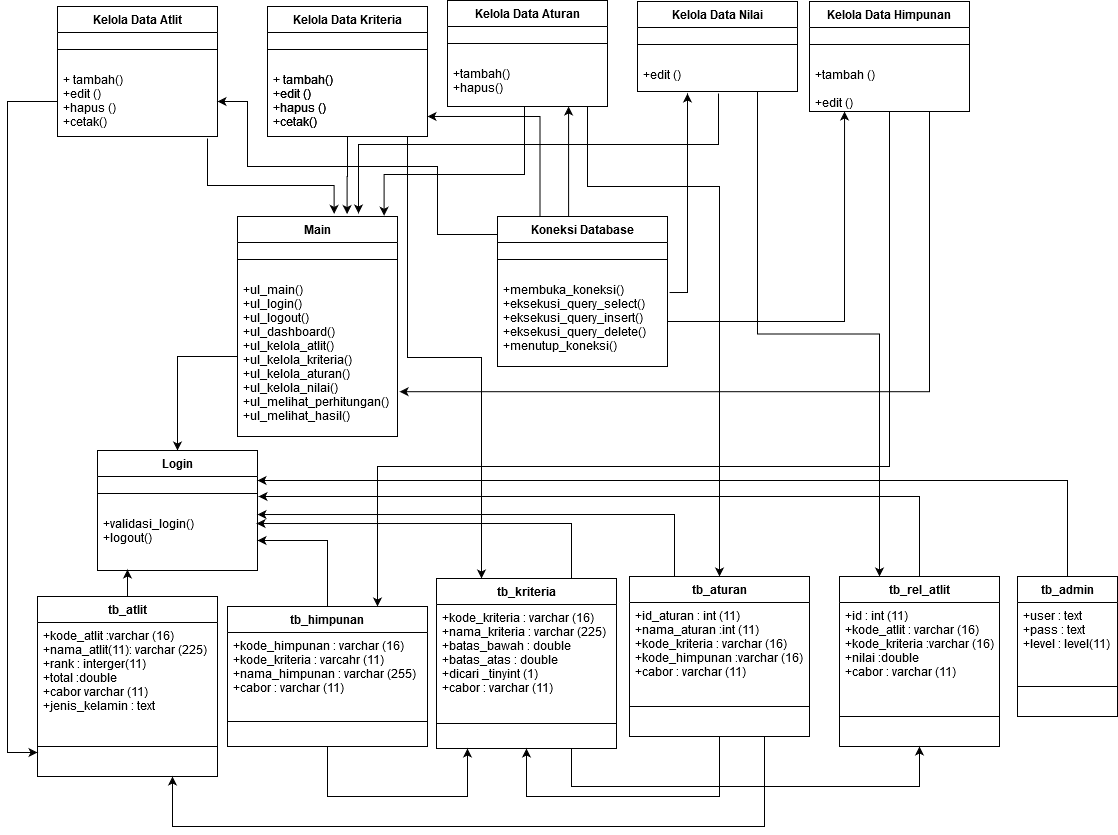
This is Untitled Diagram.png from NuriCandrawati/nuri-resolusi, a draw.io export, as it was before one commit. Source tidied: cells renumbered, new cells last; positions are measured from the earlier drawing's top-left corner, leaving out a move shared by most shapes.
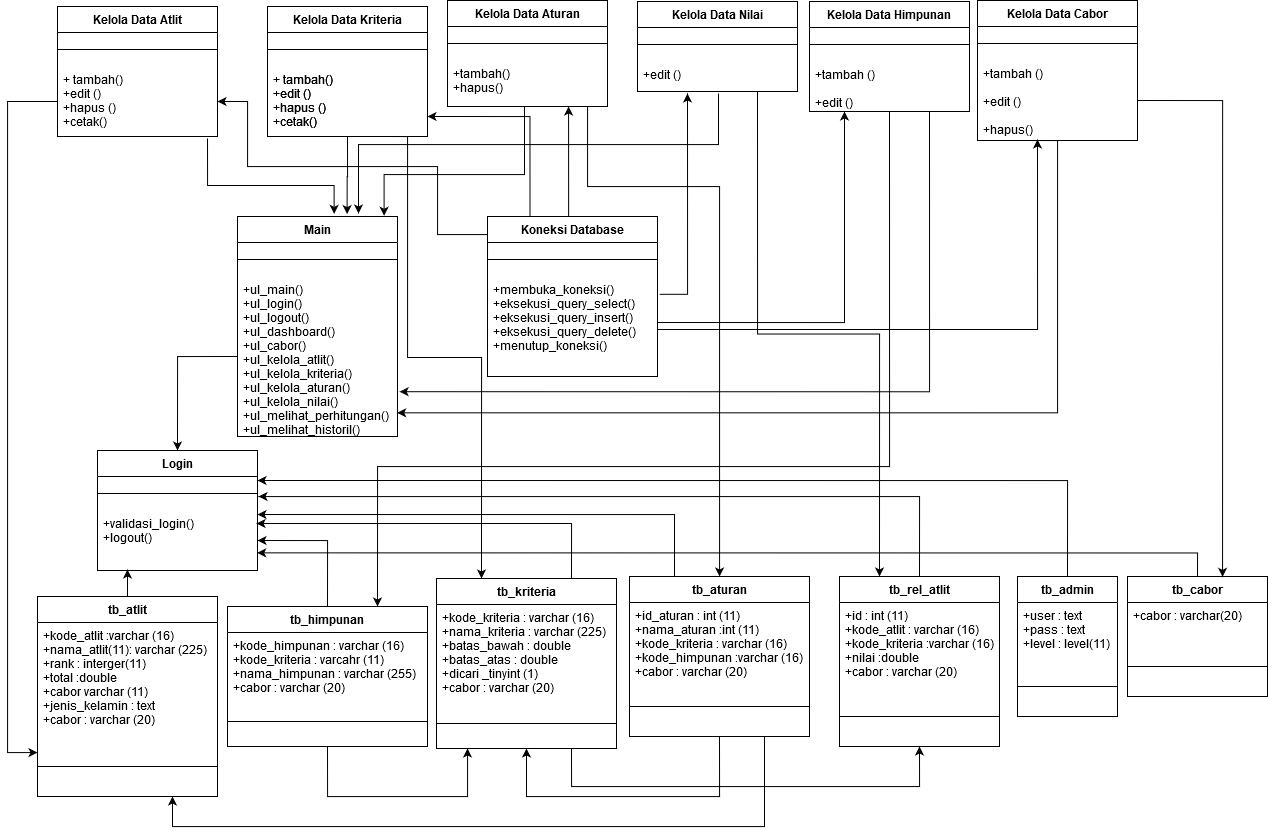
After the commit.

Change to the diagram source:
```diff
@@ -79,7 +79,7 @@
     <mxCell id="18" style="line;strokeWidth=1;fillColor=none;align=left;verticalAlign=middle;spacingTop=-1;spacingLeft=3;spacingRight=3;labelPosition=right;" parent="17" vertex="1">
       <mxGeometry y="26" width="160" height="34" as="geometry" />
     </mxCell>
-    <mxCell id="19" value="+ul_main()&#10;+ul_login()&#10;+ul_logout()&#10;+ul_dashboard()&#10;+ul_kelola_atlit()&#10;+ul_kelola_kriteria()&#10;+ul_kelola_aturan()&#10;+ul_kelola_nilai()&#10;+ul_melihat_perhitungan()&#10;+ul_melihat_hasil()&#10;" style="text;strokeColor=none;fillColor=none;align=left;verticalAlign=top;spacingLeft=4;spacingRight=4;overflow=hidden;points=[[0,0.5],[1,0.5]];portConstraint=eastwest;" parent="17" vertex="1">
+    <mxCell id="19" value="+ul_main()&#10;+ul_login()&#10;+ul_logout()&#10;+ul_dashboard()&#10;+ul_cabor()&#10;+ul_kelola_atlit()&#10;+ul_kelola_kriteria()&#10;+ul_kelola_aturan()&#10;+ul_kelola_nilai()&#10;+ul_melihat_perhitungan()&#10;+ul_melihat_historil()&#10;" style="text;strokeColor=none;fillColor=none;align=left;verticalAlign=top;spacingLeft=4;spacingRight=4;overflow=hidden;points=[[0,0.5],[1,0.5]];portConstraint=eastwest;" parent="17" vertex="1">
       <mxGeometry y="60" width="160" height="160" as="geometry" />
     </mxCell>
     <mxCell id="20" style="edgeStyle=orthogonalEdgeStyle;rounded=0;jettySize=auto;html=1;exitX=0;exitY=0.5;exitDx=0;exitDy=0;entryX=0.5;entryY=0;entryDx=0;entryDy=0;" parent="1" edge="1" source="19" target="46">
@@ -158,10 +158,27 @@
         </Array>
       </mxGeometry>
     </mxCell>
+    <mxCell id="73" style="edgeStyle=orthogonalEdgeStyle;rounded=0;jettySize=auto;html=1;exitX=0.25;exitY=1;exitDx=0;exitDy=0;entryX=0.998;entryY=0.852;entryDx=0;entryDy=0;entryPerimeter=0;" parent="1" edge="1" source="74" target="19">
+      <mxGeometry relative="1" as="geometry">
+        <Array as="points">
+          <mxPoint x="1050" y="140" />
+          <mxPoint x="1050" y="412" />
+        </Array>
+      </mxGeometry>
+    </mxCell>
+    <mxCell id="74" value="Kelola Data Cabor" style="swimlane;fontStyle=1;align=center;verticalAlign=top;horizontal=1;startSize=26;" parent="1" vertex="1">
+      <mxGeometry x="970" width="160" height="140" as="geometry" />
+    </mxCell>
+    <mxCell id="75" style="line;strokeWidth=1;fillColor=none;align=left;verticalAlign=middle;spacingTop=-1;spacingLeft=3;spacingRight=3;labelPosition=right;" parent="74" vertex="1">
+      <mxGeometry y="26" width="160" height="34" as="geometry" />
+    </mxCell>
+    <mxCell id="76" value="+tambah ()&#10;&#10;+edit () &#10;&#10;+hapus()&#10;" style="text;strokeColor=none;fillColor=none;align=left;verticalAlign=top;spacingLeft=4;spacingRight=4;overflow=hidden;points=[[0,0.5],[1,0.5]];portConstraint=eastwest;" parent="74" vertex="1">
+      <mxGeometry y="60" width="160" height="80" as="geometry" />
+    </mxCell>
     <mxCell id="34" value="tb_aturan" style="swimlane;fontStyle=1;align=center;verticalAlign=top;horizontal=1;startSize=26;" parent="1" vertex="1">
       <mxGeometry x="622" y="576" width="180" height="160" as="geometry" />
     </mxCell>
-    <mxCell id="35" value="+id_aturan : int (11)&#10;+nama_aturan :int (11)&#10;+kode_kriteria : varchar (16)&#10;+kode_himpunan :varchar (16)&#10;+cabor : varchar (11)&#10;&#10;&#10;" style="text;strokeColor=none;fillColor=none;align=left;verticalAlign=top;spacingLeft=4;spacingRight=4;overflow=hidden;" parent="34" vertex="1">
+    <mxCell id="35" value="+id_aturan : int (11)&#10;+nama_aturan :int (11)&#10;+kode_kriteria : varchar (16)&#10;+kode_himpunan :varchar (16)&#10;+cabor : varchar (20)&#10;&#10;&#10;" style="text;strokeColor=none;fillColor=none;align=left;verticalAlign=top;spacingLeft=4;spacingRight=4;overflow=hidden;" parent="34" vertex="1">
       <mxGeometry y="26" width="180" height="74" as="geometry" />
     </mxCell>
     <mxCell id="36" style="line;strokeWidth=1;fillColor=none;align=left;verticalAlign=middle;spacingTop=-1;spacingLeft=3;spacingRight=3;labelPosition=right;" parent="34" vertex="1">
@@ -179,7 +196,7 @@
     <mxCell id="38" value="tb_rel_atlit" style="swimlane;fontStyle=1;align=center;verticalAlign=top;horizontal=1;startSize=26;" parent="1" vertex="1">
       <mxGeometry x="832" y="576" width="160" height="170" as="geometry" />
     </mxCell>
-    <mxCell id="39" value="+id : int (11)&#10;+kode_atlit : varchar (16)&#10;+kode_kriteria :varchar (16)&#10;+nilai :double&#10;+cabor : varchar (11)&#10;&#10;" style="text;strokeColor=none;fillColor=none;align=left;verticalAlign=top;spacingLeft=4;spacingRight=4;overflow=hidden;" parent="38" vertex="1">
+    <mxCell id="39" value="+id : int (11)&#10;+kode_atlit : varchar (16)&#10;+kode_kriteria :varchar (16)&#10;+nilai :double&#10;+cabor : varchar (20)&#10;&#10;" style="text;strokeColor=none;fillColor=none;align=left;verticalAlign=top;spacingLeft=4;spacingRight=4;overflow=hidden;" parent="38" vertex="1">
       <mxGeometry y="26" width="160" height="84" as="geometry" />
     </mxCell>
     <mxCell id="40" style="line;strokeWidth=1;fillColor=none;align=left;verticalAlign=middle;spacingTop=-1;spacingLeft=3;spacingRight=3;labelPosition=right;" parent="38" vertex="1">
@@ -199,7 +216,7 @@
     <mxCell id="43" value="tb_kriteria" style="swimlane;fontStyle=1;align=center;verticalAlign=top;horizontal=1;startSize=26;" parent="1" vertex="1">
       <mxGeometry x="429" y="578" width="180" height="170" as="geometry" />
     </mxCell>
-    <mxCell id="44" value="+kode_kriteria : varchar (16)&#10;+nama_kriteria : varchar (225)&#10;+batas_bawah : double&#10;+batas_atas : double&#10;+dicari _tinyint (1)&#10;+cabor : varchar (11)&#10;&#10;&#10;" style="text;strokeColor=none;fillColor=none;align=left;verticalAlign=top;spacingLeft=4;spacingRight=4;overflow=hidden;" parent="43" vertex="1">
+    <mxCell id="44" value="+kode_kriteria : varchar (16)&#10;+nama_kriteria : varchar (225)&#10;+batas_bawah : double&#10;+batas_atas : double&#10;+dicari _tinyint (1)&#10;+cabor : varchar (20)&#10;&#10;&#10;" style="text;strokeColor=none;fillColor=none;align=left;verticalAlign=top;spacingLeft=4;spacingRight=4;overflow=hidden;" parent="43" vertex="1">
       <mxGeometry y="26" width="180" height="94" as="geometry" />
     </mxCell>
     <mxCell id="45" style="line;strokeWidth=1;fillColor=none;align=left;verticalAlign=middle;spacingTop=-1;spacingLeft=3;spacingRight=3;labelPosition=right;" parent="43" vertex="1">
@@ -230,7 +247,7 @@
     <mxCell id="51" value="tb_himpunan" style="swimlane;fontStyle=1;align=center;verticalAlign=top;horizontal=1;startSize=26;" parent="1" vertex="1">
       <mxGeometry x="220" y="606" width="200" height="140" as="geometry" />
     </mxCell>
-    <mxCell id="52" value="+kode_himpunan : varchar (16)&#10;+kode_kriteria : varcahr (11)&#10;+nama_himpunan : varchar (255)&#10;+cabor : varchar (11)&#10;&#10;" style="text;strokeColor=none;fillColor=none;align=left;verticalAlign=top;spacingLeft=4;spacingRight=4;overflow=hidden;" parent="51" vertex="1">
+    <mxCell id="52" value="+kode_himpunan : varchar (16)&#10;+kode_kriteria : varcahr (11)&#10;+nama_himpunan : varchar (255)&#10;+cabor : varchar (20)&#10;&#10;" style="text;strokeColor=none;fillColor=none;align=left;verticalAlign=top;spacingLeft=4;spacingRight=4;overflow=hidden;" parent="51" vertex="1">
       <mxGeometry y="26" width="200" height="64" as="geometry" />
     </mxCell>
     <mxCell id="53" style="line;strokeWidth=1;fillColor=none;align=left;verticalAlign=middle;spacingTop=-1;spacingLeft=3;spacingRight=3;labelPosition=right;" parent="51" vertex="1">
@@ -243,13 +260,13 @@
       </mxGeometry>
     </mxCell>
     <mxCell id="55" value="tb_atlit" style="swimlane;fontStyle=1;align=center;verticalAlign=top;horizontal=1;startSize=26;" parent="1" vertex="1">
-      <mxGeometry x="30" y="596" width="180" height="180" as="geometry" />
+      <mxGeometry x="30" y="596" width="180" height="200" as="geometry" />
     </mxCell>
-    <mxCell id="56" value="+kode_atlit :varchar (16)&#10;+nama_atlit(11): varchar (225)&#10;+rank : interger(11)&#10;+total :double &#10;+cabor varchar (11)&#10;+jenis_kelamin : text&#10;&#10;&#10;&#10;" style="text;strokeColor=none;fillColor=none;align=left;verticalAlign=top;spacingLeft=4;spacingRight=4;overflow=hidden;" parent="55" vertex="1">
-      <mxGeometry y="26" width="180" height="94" as="geometry" />
+    <mxCell id="56" value="+kode_atlit :varchar (16)&#10;+nama_atlit(11): varchar (225)&#10;+rank : interger(11)&#10;+total :double &#10;+cabor varchar (11)&#10;+jenis_kelamin : text&#10;+cabor : varchar (20)&#10;&#10;&#10;&#10;" style="text;strokeColor=none;fillColor=none;align=left;verticalAlign=top;spacingLeft=4;spacingRight=4;overflow=hidden;" parent="55" vertex="1">
+      <mxGeometry y="26" width="180" height="114" as="geometry" />
     </mxCell>
     <mxCell id="57" style="line;strokeWidth=1;fillColor=none;align=left;verticalAlign=middle;spacingTop=-1;spacingLeft=3;spacingRight=3;labelPosition=right;points=[];portConstraint=eastwest;" parent="55" vertex="1">
-      <mxGeometry y="120" width="180" height="60" as="geometry" />
+      <mxGeometry y="140" width="180" height="60" as="geometry" />
     </mxCell>
     <mxCell id="58" value="Kelola Data Aturan" style="swimlane;fontStyle=1;align=center;verticalAlign=top;horizontal=1;startSize=26;" parent="1" vertex="1">
       <mxGeometry x="440" width="160" height="106" as="geometry" />
@@ -290,17 +307,41 @@
         </Array>
       </mxGeometry>
     </mxCell>
+    <mxCell id="72" style="edgeStyle=orthogonalEdgeStyle;rounded=0;orthogonalLoop=1;jettySize=auto;html=1;exitX=1;exitY=0.5;exitDx=0;exitDy=0;" parent="1" edge="1">
+      <mxGeometry relative="1" as="geometry">
+        <mxPoint x="650" y="322" as="sourcePoint" />
+        <mxPoint x="837" y="111" as="targetPoint" />
+      </mxGeometry>
+    </mxCell>
+    <mxCell id="77" style="edgeStyle=orthogonalEdgeStyle;rounded=0;jettySize=auto;html=1;exitX=0.5;exitY=0;exitDx=0;exitDy=0;entryX=0.998;entryY=0.706;entryDx=0;entryDy=0;entryPerimeter=0;" parent="1" edge="1" source="78" target="48">
+      <mxGeometry relative="1" as="geometry" />
+    </mxCell>
+    <mxCell id="78" value="tb_cabor" style="swimlane;fontStyle=1;align=center;verticalAlign=top;horizontal=1;startSize=26;" parent="1" vertex="1">
+      <mxGeometry x="1120" y="576" width="140" height="120" as="geometry" />
+    </mxCell>
+    <mxCell id="79" value="+cabor : varchar(20)" style="text;strokeColor=none;fillColor=none;align=left;verticalAlign=top;spacingLeft=4;spacingRight=4;overflow=hidden;" parent="78" vertex="1">
+      <mxGeometry y="26" width="140" height="34" as="geometry" />
+    </mxCell>
+    <mxCell id="80" style="line;strokeWidth=1;fillColor=none;align=left;verticalAlign=middle;spacingTop=-1;spacingLeft=3;spacingRight=3;labelPosition=right;" parent="78" vertex="1">
+      <mxGeometry y="60" width="140" height="60" as="geometry" />
+    </mxCell>
+    <mxCell id="81" style="edgeStyle=orthogonalEdgeStyle;rounded=0;orthogonalLoop=1;jettySize=auto;html=1;exitX=1;exitY=0.75;exitDx=0;exitDy=0;" parent="1" edge="1">
+      <mxGeometry relative="1" as="geometry">
+        <mxPoint x="650" y="329" as="sourcePoint" />
+        <mxPoint x="1030" y="139" as="targetPoint" />
+      </mxGeometry>
+    </mxCell>
     <mxCell id="69" value="Koneksi Database" style="swimlane;fontStyle=1;align=center;verticalAlign=top;horizontal=1;startSize=26;" parent="1" vertex="1">
-      <mxGeometry x="490" y="216" width="170" height="150" as="geometry" />
+      <mxGeometry x="480" y="216" width="170" height="160" as="geometry" />
     </mxCell>
     <mxCell id="70" style="line;strokeWidth=1;fillColor=none;align=left;verticalAlign=middle;spacingTop=-1;spacingLeft=3;spacingRight=3;labelPosition=right;" parent="69" vertex="1">
       <mxGeometry y="26" width="170" height="34" as="geometry" />
     </mxCell>
     <mxCell id="71" value="+membuka_koneksi()&#10;+eksekusi_query_select()&#10;+eksekusi_query_insert()&#10;+eksekusi_query_delete()&#10;+menutup_koneksi()&#10;" style="text;strokeColor=none;fillColor=none;align=left;verticalAlign=top;spacingLeft=4;spacingRight=4;overflow=hidden;points=[[0,0.5],[1,0.5]];portConstraint=eastwest;" parent="69" vertex="1">
-      <mxGeometry y="60" width="170" height="90" as="geometry" />
+      <mxGeometry y="60" width="170" height="100" as="geometry" />
     </mxCell>
-    <mxCell id="72" style="edgeStyle=orthogonalEdgeStyle;rounded=0;jettySize=auto;html=1;exitX=1;exitY=0.5;exitDx=0;exitDy=0;entryX=0.219;entryY=1;entryDx=0;entryDy=0;entryPerimeter=0;" parent="1" edge="1" source="71" target="31">
-      <mxGeometry relative="1" as="geometry" />
-    </mxCell>
+    <mxCell id="82" style="edgeStyle=orthogonalEdgeStyle;rounded=0;jettySize=auto;html=1;exitX=1;exitY=0.5;exitDx=0;exitDy=0;entryX=0.679;entryY=0.003;entryDx=0;entryDy=0;entryPerimeter=0;" parent="1" edge="1" source="76" target="78">
+      <mxGeometry relative="1" as="geometry" />
+    </mxCell>
   </root>
 </mxGraphModel>
```
